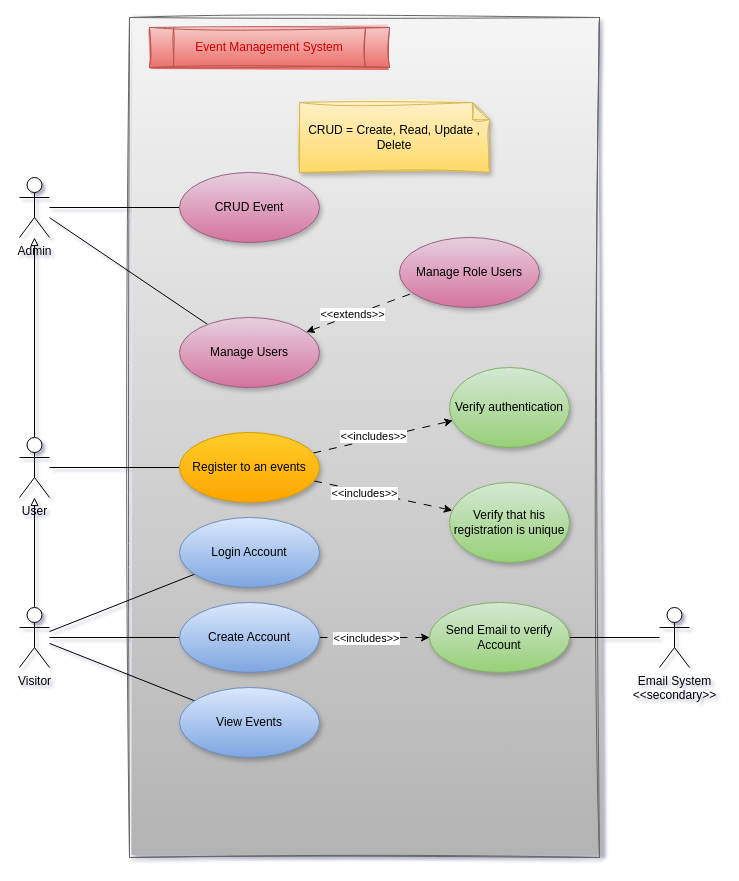
Earlier version of the draw.io diagram UML/UseCase_Projet_Fil_Rouge.drawio (Mzk-Ali/M2I_Projet_Fil_Rouge_Conception). Source tidied: cells renumbered, new cells numbered last; positions are measured from the earlier drawing's top-left corner, leaving out a move shared by most shapes. Both pictures are drawn from the tidied source at 100%, with x=0, y=0 at pixel (19, 17).
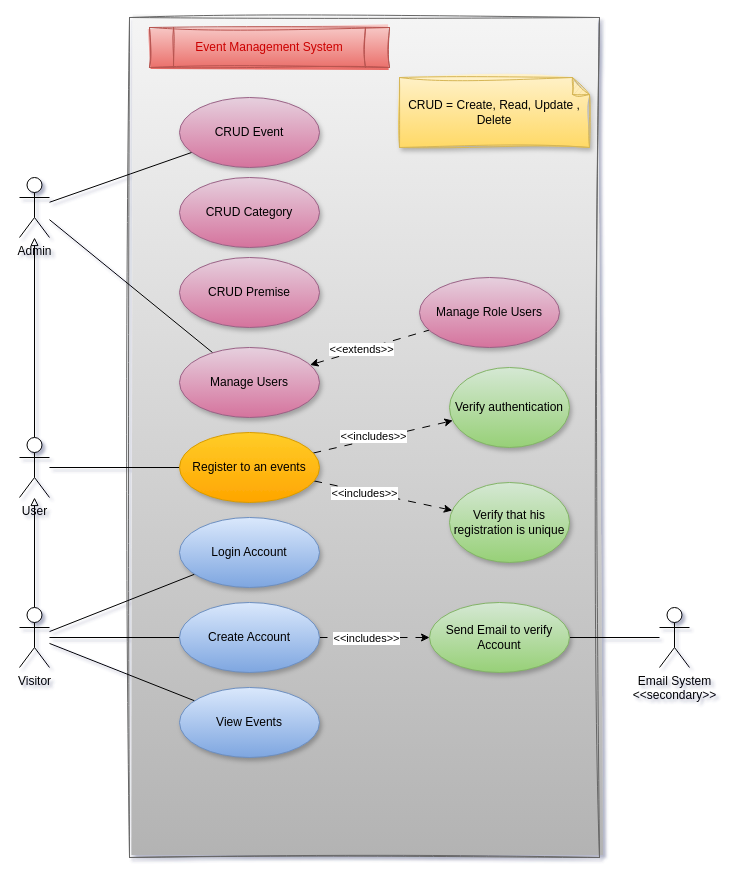
The same page after the edit.

Commit message:
Mettre à jour UseCase_Projet_Fil_Rouge.drawio

Change to the diagram source:
```diff
@@
     <mxCell id="10" value="CRUD Event" style="ellipse;whiteSpace=wrap;html=1;fillColor=#e6d0de;gradientColor=#d5739d;strokeColor=#996185;shadow=1;" parent="1" vertex="1">
-      <mxGeometry x="160" y="155" width="140" height="70" as="geometry" />
+      <mxGeometry x="160" y="80" width="140" height="70" as="geometry" />
     </mxCell>
@@
     <mxCell id="14" value="Manage Users" style="ellipse;whiteSpace=wrap;html=1;fillColor=#e6d0de;gradientColor=#d5739d;strokeColor=#996185;shadow=1;" parent="1" vertex="1">
-      <mxGeometry x="160" y="300" width="140" height="70" as="geometry" />
+      <mxGeometry x="160" y="330" width="140" height="70" as="geometry" />
     </mxCell>
@@
     <mxCell id="29" value="CRUD = Create, Read, Update , Delete" style="shape=note;whiteSpace=wrap;html=1;backgroundOutline=1;darkOpacity=0.05;fillColor=#fff2cc;gradientColor=#ffd966;strokeColor=#d6b656;size=17;sketch=1;curveFitting=1;jiggle=2;shadow=1;" parent="1" vertex="1">
-      <mxGeometry x="280" y="85" width="190" height="70" as="geometry" />
+      <mxGeometry x="380" y="60" width="190" height="70" as="geometry" />
     </mxCell>
@@
     <mxCell id="32" value="Manage Role Users" style="ellipse;whiteSpace=wrap;html=1;fillColor=#e6d0de;gradientColor=#d5739d;strokeColor=#996185;shadow=1;" parent="1" vertex="1">
-      <mxGeometry x="380" y="220" width="140" height="70" as="geometry" />
+      <mxGeometry x="400" y="260" width="140" height="70" as="geometry" />
     </mxCell>
@@
+    <mxCell id="36" value="CRUD Category" style="ellipse;whiteSpace=wrap;html=1;fillColor=#e6d0de;gradientColor=#d5739d;strokeColor=#996185;shadow=1;" parent="1" vertex="1">
+      <mxGeometry x="160" y="160" width="140" height="70" as="geometry" />
+    </mxCell>
+    <mxCell id="37" value="CRUD Premise" style="ellipse;whiteSpace=wrap;html=1;fillColor=#e6d0de;gradientColor=#d5739d;strokeColor=#996185;shadow=1;" parent="1" vertex="1">
+      <mxGeometry x="160" y="240" width="140" height="70" as="geometry" />
+    </mxCell>
```
